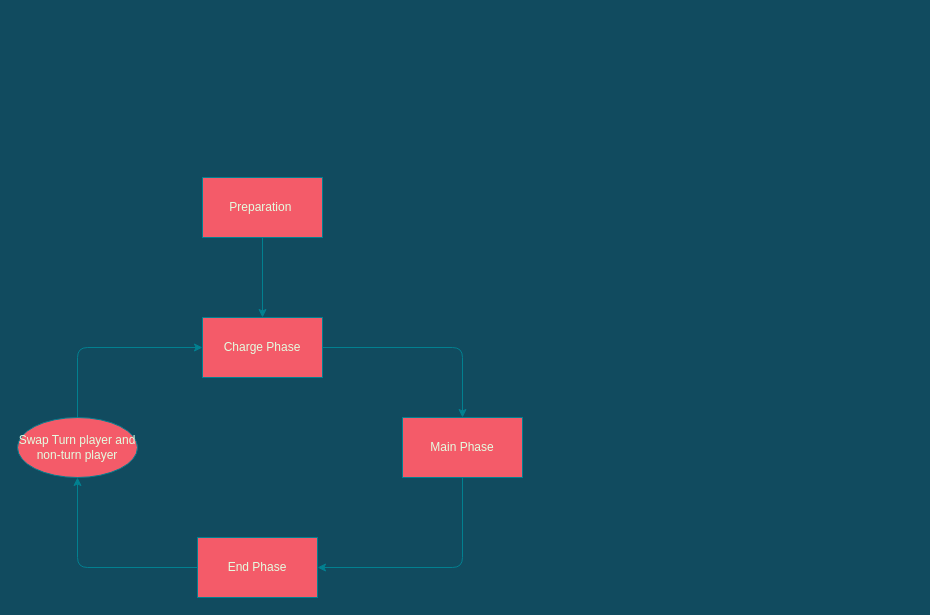
Before: page "Base Game Timing" (1 of 4) of diagrams/timing.drawio in Slamerz/Dragon-Ball-Super-Rulings, a draw.io diagram. Source tidied: cells renumbered, new cells numbered last; positions are measured from the earlier drawing's top-left corner, leaving out a move shared by most shapes. Both pictures are drawn from the tidied source at 100%, with x=0, y=0 at pixel (17, 177).
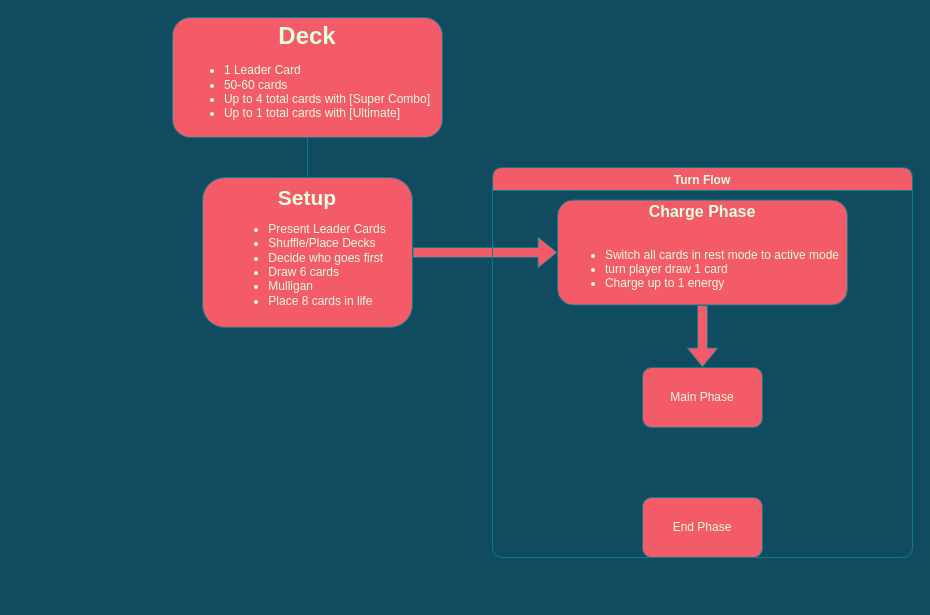
After the change.

What changed in the source:
```diff
@@
 <mxGraphModel background="#114B5F">
   <root>
     <mxCell id="0" />
     <mxCell id="1" parent="0" />
-    <mxCell id="2" style="edgeStyle=orthogonalEdgeStyle;curved=0;rounded=1;sketch=0;jettySize=auto;html=1;fontColor=#E4FDE1;strokeColor=#028090;fillColor=#F45B69;" parent="1" edge="1" source="3" target="5">
+    <mxCell id="2" style="edgeStyle=orthogonalEdgeStyle;jettySize=auto;html=1;fontColor=#E4FDE1;strokeColor=#028090;fillColor=#F45B69;shape=flexArrow;labelBackgroundColor=#114B5F;" parent="1" edge="1" source="3" target="5">
       <mxGeometry relative="1" as="geometry" />
     </mxCell>
-    <mxCell id="3" value="Preparation&amp;nbsp;" style="rounded=0;whiteSpace=wrap;html=1;sketch=0;fontColor=#E4FDE1;strokeColor=#028090;fillColor=#F45B69;" parent="1" vertex="1">
-      <mxGeometry x="185" width="120" height="60" as="geometry" />
+    <mxCell id="3" value="&lt;b style=&quot;font-size: 21px&quot;&gt;Setup&lt;/b&gt;&lt;br&gt;&lt;div&gt;&lt;ul&gt;&lt;li style=&quot;text-align: left&quot;&gt;Present Leader Cards&lt;/li&gt;&lt;li style=&quot;text-align: left&quot;&gt;Shuffle/Place Decks&lt;/li&gt;&lt;li style=&quot;text-align: left&quot;&gt;Decide who goes first&lt;/li&gt;&lt;li style=&quot;text-align: left&quot;&gt;Draw 6 cards&lt;/li&gt;&lt;li style=&quot;text-align: left&quot;&gt;Mulligan&lt;/li&gt;&lt;li style=&quot;text-align: left&quot;&gt;Place 8 cards in life&amp;nbsp;&lt;/li&gt;&lt;/ul&gt;&lt;/div&gt;" style="whiteSpace=wrap;html=1;fontColor=#E4FDE1;strokeColor=#028090;fillColor=#F45B69;align=center;rounded=1;" parent="1" vertex="1">
+      <mxGeometry x="185" width="210" height="150" as="geometry" />
     </mxCell>
+    <mxCell id="12" style="edgeStyle=orthogonalEdgeStyle;jettySize=auto;html=1;endArrow=none;endFill=0;strokeColor=#028090;fontColor=#E4FDE1;labelBackgroundColor=#114B5F;" parent="1" edge="1" source="13" target="3">
+      <mxGeometry relative="1" as="geometry" />
+    </mxCell>
+    <mxCell id="13" value="&lt;font size=&quot;1&quot;&gt;&lt;b style=&quot;font-size: 24px&quot;&gt;Deck&lt;/b&gt;&lt;/font&gt;&lt;br&gt;&lt;ul&gt;&lt;li style=&quot;text-align: left&quot;&gt;1 Leader Card&lt;/li&gt;&lt;li style=&quot;text-align: left&quot;&gt;50-60 cards&lt;/li&gt;&lt;li style=&quot;text-align: left&quot;&gt;Up to 4 total cards with [Super Combo]&lt;/li&gt;&lt;li style=&quot;text-align: left&quot;&gt;Up to 1 total cards with [Ultimate]&lt;/li&gt;&lt;/ul&gt;" style="whiteSpace=wrap;html=1;fontColor=#E4FDE1;strokeColor=#028090;fillColor=#F45B69;align=center;rounded=1;" parent="1" vertex="1">
+      <mxGeometry x="155" y="-160" width="270" height="120" as="geometry" />
+    </mxCell>
+    <mxCell id="14" value="Turn Flow" style="swimlane;fillColor=#F45B69;strokeColor=#028090;fontColor=#E4FDE1;rounded=1;" parent="1" vertex="1">
+      <mxGeometry x="475" y="-10" width="420" height="390" as="geometry" />
+    </mxCell>
-    <mxCell id="4" style="edgeStyle=orthogonalEdgeStyle;curved=0;rounded=1;sketch=0;jettySize=auto;html=1;fontColor=#E4FDE1;strokeColor=#028090;fillColor=#F45B69;" parent="1" edge="1" source="5" target="7">
+    <mxCell id="4" style="edgeStyle=orthogonalEdgeStyle;shape=flexArrow;jettySize=auto;html=1;endArrow=block;endFill=0;strokeColor=#028090;fontColor=#E4FDE1;fillColor=#F45B69;labelBackgroundColor=#114B5F;" parent="14" edge="1" source="5" target="7">
       <mxGeometry relative="1" as="geometry" />
     </mxCell>
-    <mxCell id="5" value="Charge Phase" style="rounded=0;whiteSpace=wrap;html=1;sketch=0;fontColor=#E4FDE1;strokeColor=#028090;fillColor=#F45B69;" parent="1" vertex="1">
-      <mxGeometry x="185" y="140" width="120" height="60" as="geometry" />
+    <mxCell id="5" value="&lt;b&gt;&lt;font style=&quot;font-size: 16px&quot;&gt;Charge Phase&lt;/font&gt;&lt;/b&gt;&lt;br&gt;&lt;br&gt;&lt;div&gt;&lt;ul&gt;&lt;li style=&quot;text-align: left&quot;&gt;Switch all cards in rest mode to active mode&lt;/li&gt;&lt;li style=&quot;text-align: left&quot;&gt;turn player draw 1 card&lt;/li&gt;&lt;li style=&quot;text-align: left&quot;&gt;Charge up to 1 energy&lt;/li&gt;&lt;/ul&gt;&lt;/div&gt;" style="whiteSpace=wrap;html=1;fontColor=#E4FDE1;strokeColor=#028090;fillColor=#F45B69;rounded=1;" parent="14" vertex="1">
+      <mxGeometry x="65" y="32.5" width="290" height="105" as="geometry" />
     </mxCell>
-    <mxCell id="6" style="edgeStyle=orthogonalEdgeStyle;curved=0;rounded=1;sketch=0;jettySize=auto;html=1;fontColor=#E4FDE1;strokeColor=#028090;fillColor=#F45B69;" parent="1" edge="1" source="7" target="9">
-      <mxGeometry relative="1" as="geometry">
-        <Array as="points">
-          <mxPoint x="445" y="390" />
-        </Array>
-      </mxGeometry>
-    </mxCell>
+    <mxCell id="9" value="End Phase" style="whiteSpace=wrap;html=1;fontColor=#E4FDE1;strokeColor=#028090;fillColor=#F45B69;rounded=1;" parent="14" vertex="1">
+      <mxGeometry x="150" y="330" width="120" height="60" as="geometry" />
+    </mxCell>
-    <mxCell id="7" value="Main Phase" style="rounded=0;whiteSpace=wrap;html=1;sketch=0;fontColor=#E4FDE1;strokeColor=#028090;fillColor=#F45B69;" parent="1" vertex="1">
-      <mxGeometry x="385" y="240" width="120" height="60" as="geometry" />
+    <mxCell id="7" value="Main Phase" style="whiteSpace=wrap;html=1;fontColor=#E4FDE1;strokeColor=#028090;fillColor=#F45B69;rounded=1;" parent="14" vertex="1">
+      <mxGeometry x="150" y="200" width="120" height="60" as="geometry" />
     </mxCell>
-    <mxCell id="8" style="edgeStyle=orthogonalEdgeStyle;curved=0;rounded=1;sketch=0;jettySize=auto;html=1;fontColor=#E4FDE1;strokeColor=#028090;fillColor=#F45B69;" parent="1" edge="1" source="9" target="11">
-      <mxGeometry relative="1" as="geometry" />
-    </mxCell>
-    <mxCell id="9" value="End Phase" style="rounded=0;whiteSpace=wrap;html=1;sketch=0;fontColor=#E4FDE1;strokeColor=#028090;fillColor=#F45B69;" parent="1" vertex="1">
-      <mxGeometry x="180" y="360" width="120" height="60" as="geometry" />
-    </mxCell>
-    <mxCell id="10" style="edgeStyle=orthogonalEdgeStyle;curved=0;rounded=1;sketch=0;jettySize=auto;html=1;exitX=0.5;exitY=0;exitDx=0;exitDy=0;entryX=0;entryY=0.5;entryDx=0;entryDy=0;fontColor=#E4FDE1;strokeColor=#028090;fillColor=#F45B69;" parent="1" edge="1" source="11" target="5">
-      <mxGeometry relative="1" as="geometry" />
-    </mxCell>
-    <mxCell id="11" value="Swap Turn player and non-turn player" style="ellipse;whiteSpace=wrap;html=1;rounded=0;fontColor=#E4FDE1;strokeColor=#028090;fillColor=#F45B69;sketch=0;" parent="1" vertex="1">
-      <mxGeometry y="240" width="120" height="60" as="geometry" />
-    </mxCell>
   </root>
 </mxGraphModel>
```
